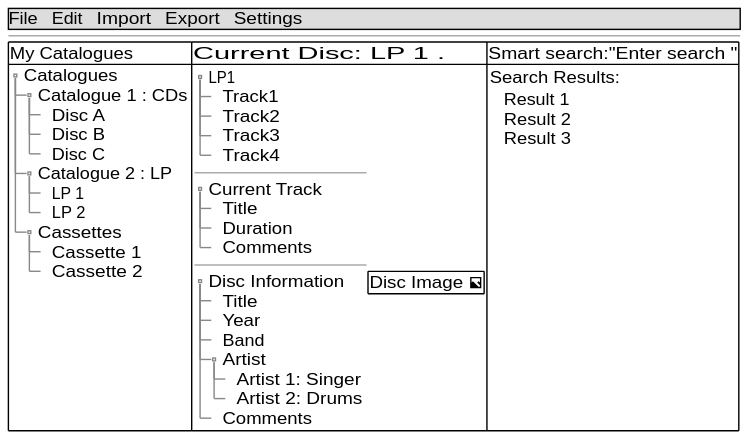
Earlier version of the PlantUML export doc/images/Gui.svg (AxoKoi/BandurriaJ). Source of this version:
```plantuml
@startuml
salt
{
    {* File | Edit | Import | Export | Settings }
    --
    {#
    My Catalogues | Current Disc: LP 1                  .| Smart search:"Enter search  "
        {T
         + Catalogues
          ++ Catalogue 1 : CDs
           +++ Disc A
           +++ Disc B
           +++ Disc C
          ++ Catalogue 2 : LP
           +++ LP 1
           +++ LP 2
          ++ Cassettes
           +++ Cassette 1
           +++ Cassette 2
        } | {
              {T
                + LP1
                ++ Track1
                ++ Track2
                ++ Track3
                ++ Track4
              }
             --
             {T
               + Current Track
                ++ Title
                ++ Duration
                ++ Comments
             }
             --
             {T
               +Disc Information
                ++ Title
                ++ Year
                ++ Band
                ++ Artist
                 +++ Artist 1: Singer
                 +++ Artist 2: Drums
                ++ Comments
             } | {# Disc Image <&image> }


           } | { Search Results:
              {T
                + Result 1
                + Result 2
                + Result 3
              }
             }
    }
}
@enduml
```
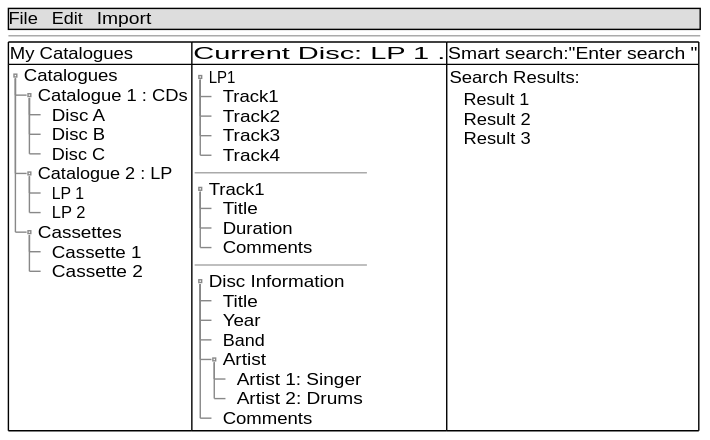
The same diagram one commit later.

What changed in the source:
```diff
@@ -1,7 +1,7 @@
 @startuml
 salt
 {
-    {* File | Edit | Import | Export | Settings }
+    {* File | Edit | Import}
     --
     {#
     My Catalogues | Current Disc: LP 1                  .| Smart search:"Enter search  "
@@ -27,7 +27,7 @@
               }
              --
              {T
-               + Current Track
+               +Track1
                 ++ Title
                 ++ Duration
                 ++ Comments
@@ -42,8 +42,7 @@
                  +++ Artist 1: Singer
                  +++ Artist 2: Drums
                 ++ Comments
-             } | {# Disc Image <&image> }
-
+             }
 
            } | { Search Results:
               {T
@@ -53,5 +52,6 @@
               }
              }
     }
+
 }
 @enduml
```
